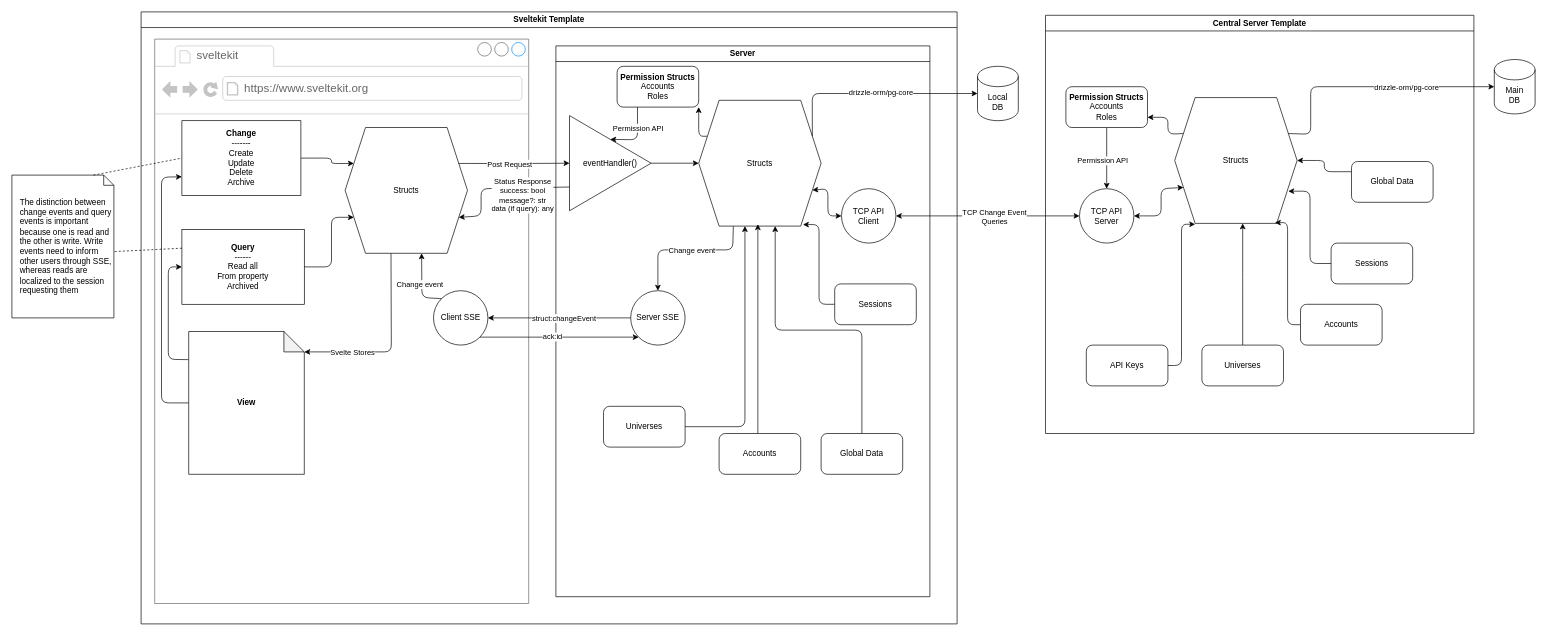
Above: diagrams/dataflow.drawio in TeamTators/scouting-app (draw.io), before the change. Source tidied: cells renumbered, new cells numbered last; positions are measured from the earlier drawing's top-left corner, leaving out a move shared by most shapes. Both pictures are drawn from the tidied source at 68%, with x=0, y=0 at pixel (12, 12).
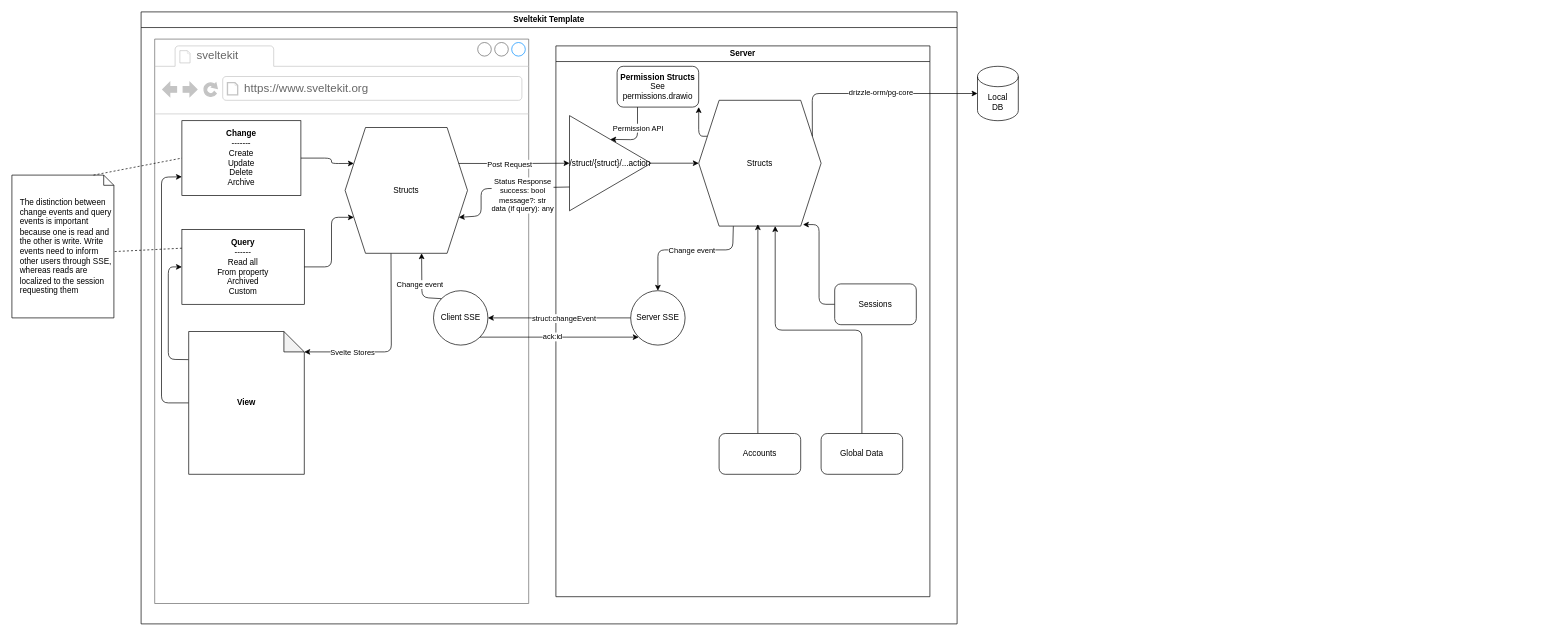
The same diagram, later.

The change refers to these unchanged cells:
```xml
<mxCell id="3" style="strokeWidth=1;shadow=0;dashed=0;align=center;html=1;shape=mxgraph.mockup.containers.browserWindow;rSize=0;strokeColor=#666666;strokeColor2=#008cff;strokeColor3=#c4c4c4;mainText=,;" parent="2" vertex="1">
  <mxGeometry x="20" y="40" width="550" height="830" as="geometry" />
</mxCell>
<mxCell id="19" value="Server" style="swimlane;whiteSpace=wrap;html=1;" parent="2" vertex="1">
  <mxGeometry x="610" y="50" width="550" height="810" as="geometry" />
</mxCell>
<mxCell id="23" value="Structs" style="shape=hexagon;perimeter=hexagonPerimeter2;whiteSpace=wrap;html=1;fixedSize=1;size=30;" parent="19" vertex="1">
  <mxGeometry x="210" y="80" width="180" height="185" as="geometry" />
</mxCell>
```

The edit, as a diff of the source:
```diff
@@
-    <mxCell id="7" value="&lt;b&gt;Query&lt;/b&gt;&lt;br&gt;------&lt;br&gt;Read all&lt;br&gt;From property&lt;br&gt;Archived" style="rounded=0;whiteSpace=wrap;html=1;" parent="3" vertex="1">
+    <mxCell id="7" value="&lt;b&gt;Query&lt;/b&gt;&lt;br&gt;------&lt;br&gt;Read all&lt;br&gt;From property&lt;br&gt;Archived&lt;div&gt;Custom&lt;/div&gt;" style="rounded=0;whiteSpace=wrap;html=1;" parent="3" vertex="1">
       <mxGeometry x="40" y="280" width="180" height="110" as="geometry" />
     </mxCell>
@@
-    <mxCell id="26" value="eventHandler()" style="triangle;whiteSpace=wrap;html=1;" parent="19" vertex="1">
+    <mxCell id="26" value="/struct/{struct}/...action" style="triangle;whiteSpace=wrap;html=1;" parent="19" vertex="1">
       <mxGeometry x="20" y="102.5" width="120" height="140" as="geometry" />
     </mxCell>
-    <mxCell id="27" value="&lt;b&gt;Permission Structs&lt;/b&gt;&lt;br&gt;Accounts&lt;br&gt;Roles" style="rounded=1;whiteSpace=wrap;html=1;" parent="19" vertex="1">
+    <mxCell id="27" value="&lt;b&gt;Permission Structs&lt;/b&gt;&lt;br&gt;See permissions.drawio" style="rounded=1;whiteSpace=wrap;html=1;" parent="19" vertex="1">
       <mxGeometry x="90" y="30" width="120" height="60" as="geometry" />
     </mxCell>
@@
-    <mxCell id="30" value="TCP API Client" style="ellipse;whiteSpace=wrap;html=1;" parent="19" vertex="1">
-      <mxGeometry x="420" y="210" width="80" height="80" as="geometry" />
-    </mxCell>
-    <mxCell id="31" style="endArrow=classic;startArrow=classic;html=1;entryX=0;entryY=0.5;entryDx=0;entryDy=0;exitX=1;exitY=0.75;exitDx=0;exitDy=0;" parent="19" edge="1" source="23" target="30">
-      <mxGeometry relative="1" as="geometry">
-        <Array as="points">
-          <mxPoint x="400" y="210" />
-          <mxPoint x="400" y="250" />
-        </Array>
-      </mxGeometry>
-    </mxCell>
@@
-    <mxCell id="36" style="edgeStyle=elbowEdgeStyle;html=1;entryX=0.375;entryY=1;entryDx=0;entryDy=0;" parent="19" edge="1" source="37" target="23">
-      <mxGeometry relative="1" as="geometry">
-        <Array as="points">
-          <mxPoint x="278" y="410" />
-        </Array>
-      </mxGeometry>
-    </mxCell>
-    <mxCell id="37" value="Universes" style="rounded=1;whiteSpace=wrap;html=1;" parent="19" vertex="1">
-      <mxGeometry x="70" y="530" width="120" height="60" as="geometry" />
-    </mxCell>
@@
-    <mxCell id="48" value="Central Server Template" style="swimlane;whiteSpace=wrap;html=1;" parent="1" vertex="1">
-      <mxGeometry x="1520" y="5" width="630" height="615" as="geometry" />
-    </mxCell>
-    <mxCell id="49" style="edgeStyle=none;html=1;exitX=0;exitY=0.25;exitDx=0;exitDy=0;entryX=1;entryY=0.75;entryDx=0;entryDy=0;" parent="48" edge="1" source="50" target="65">
-      <mxGeometry relative="1" as="geometry">
-        <Array as="points">
-          <mxPoint x="180" y="175" />
-          <mxPoint x="180" y="150" />
-        </Array>
-      </mxGeometry>
-    </mxCell>
-    <mxCell id="50" value="Structs" style="shape=hexagon;perimeter=hexagonPerimeter2;whiteSpace=wrap;html=1;fixedSize=1;size=30;" parent="48" vertex="1">
-      <mxGeometry x="190" y="121" width="180" height="185" as="geometry" />
-    </mxCell>
-    <mxCell id="51" style="edgeStyle=elbowEdgeStyle;html=1;entryX=0.928;entryY=0.744;entryDx=0;entryDy=0;entryPerimeter=0;" parent="48" edge="1" source="52" target="50">
-      <mxGeometry relative="1" as="geometry" />
-    </mxCell>
-    <mxCell id="52" value="Sessions" style="rounded=1;whiteSpace=wrap;html=1;" parent="48" vertex="1">
-      <mxGeometry x="420" y="335" width="120" height="60" as="geometry" />
-    </mxCell>
-    <mxCell id="53" style="edgeStyle=elbowEdgeStyle;html=1;entryX=0.819;entryY=0.994;entryDx=0;entryDy=0;entryPerimeter=0;" parent="48" edge="1" source="54" target="50">
-      <mxGeometry relative="1" as="geometry" />
-    </mxCell>
-    <mxCell id="54" value="Accounts" style="rounded=1;whiteSpace=wrap;html=1;" parent="48" vertex="1">
-      <mxGeometry x="375" y="425" width="120" height="60" as="geometry" />
-    </mxCell>
-    <mxCell id="55" style="edgeStyle=elbowEdgeStyle;html=1;" parent="48" edge="1" source="56" target="50">
-      <mxGeometry relative="1" as="geometry" />
-    </mxCell>
-    <mxCell id="56" value="Universes" style="rounded=1;whiteSpace=wrap;html=1;" parent="48" vertex="1">
-      <mxGeometry x="230" y="485" width="120" height="60" as="geometry" />
-    </mxCell>
-    <mxCell id="57" style="edgeStyle=elbowEdgeStyle;html=1;exitX=0;exitY=0.25;exitDx=0;exitDy=0;entryX=1;entryY=0.5;entryDx=0;entryDy=0;" parent="48" edge="1" source="58" target="50">
-      <mxGeometry relative="1" as="geometry" />
-    </mxCell>
-    <mxCell id="58" value="Global Data" style="rounded=1;whiteSpace=wrap;html=1;" parent="48" vertex="1">
-      <mxGeometry x="450" y="215" width="120" height="60" as="geometry" />
-    </mxCell>
-    <mxCell id="59" value="TCP API Server" style="ellipse;whiteSpace=wrap;html=1;" parent="48" vertex="1">
-      <mxGeometry x="50" y="255" width="80" height="80" as="geometry" />
-    </mxCell>
-    <mxCell id="60" style="edgeStyle=elbowEdgeStyle;html=1;entryX=0.167;entryY=1.007;entryDx=0;entryDy=0;entryPerimeter=0;" parent="48" edge="1" source="61" target="50">
-      <mxGeometry relative="1" as="geometry" />
-    </mxCell>
-    <mxCell id="61" value="API Keys" style="rounded=1;whiteSpace=wrap;html=1;" parent="48" vertex="1">
-      <mxGeometry x="60" y="485" width="120" height="60" as="geometry" />
-    </mxCell>
-    <mxCell id="62" style="endArrow=classic;startArrow=classic;html=1;entryX=0;entryY=0.75;entryDx=0;entryDy=0;exitX=1;exitY=0.5;exitDx=0;exitDy=0;" parent="48" edge="1" source="59" target="50">
-      <mxGeometry relative="1" as="geometry">
-        <Array as="points">
-          <mxPoint x="170" y="295" />
-          <mxPoint x="170" y="255" />
-        </Array>
-      </mxGeometry>
-    </mxCell>
-    <mxCell id="63" style="edgeStyle=none;html=1;exitX=0.5;exitY=1;exitDx=0;exitDy=0;entryX=0.5;entryY=0;entryDx=0;entryDy=0;" parent="48" edge="1" source="65" target="59">
-      <mxGeometry relative="1" as="geometry" />
-    </mxCell>
-    <mxCell id="64" value="Permission API" style="edgeLabel;html=1;align=center;verticalAlign=middle;" parent="63" vertex="1">
-      <mxGeometry x="0.43" relative="1" as="geometry">
-        <mxPoint x="-7" y="-16" as="offset" />
-      </mxGeometry>
-    </mxCell>
-    <mxCell id="65" value="&lt;b&gt;Permission Structs&lt;/b&gt;&lt;br&gt;Accounts&lt;br&gt;Roles" style="rounded=1;whiteSpace=wrap;html=1;" parent="48" vertex="1">
-      <mxGeometry x="30" y="105" width="120" height="60" as="geometry" />
-    </mxCell>
-    <mxCell id="66" value="Main&lt;br&gt;DB" style="shape=cylinder3;whiteSpace=wrap;html=1;boundedLbl=1;backgroundOutline=1;size=15;" parent="1" vertex="1">
-      <mxGeometry x="2180" y="70" width="60" height="80" as="geometry" />
-    </mxCell>
-    <mxCell id="67" style="edgeStyle=none;html=1;exitX=1;exitY=0.25;exitDx=0;exitDy=0;entryX=0;entryY=0.5;entryDx=0;entryDy=0;entryPerimeter=0;" parent="1" edge="1" source="50" target="66">
-      <mxGeometry relative="1" as="geometry">
-        <Array as="points">
-          <mxPoint x="1910" y="180" />
-          <mxPoint x="1910" y="110" />
-        </Array>
-      </mxGeometry>
-    </mxCell>
-    <mxCell id="68" value="drizzle-orm/pg-core" style="edgeLabel;html=1;align=center;verticalAlign=middle;" parent="67" vertex="1">
-      <mxGeometry x="-0.12" y="-1" relative="1" as="geometry">
-        <mxPoint x="79" y="-1" as="offset" />
-      </mxGeometry>
-    </mxCell>
-    <mxCell id="69" style="endArrow=classic;startArrow=classic;html=1;exitX=1;exitY=0.5;exitDx=0;exitDy=0;entryX=0;entryY=0.5;entryDx=0;entryDy=0;" parent="1" edge="1" source="30" target="59">
-      <mxGeometry relative="1" as="geometry" />
-    </mxCell>
-    <mxCell id="70" value="TCP Change Event&lt;br&gt;Queries" style="edgeLabel;html=1;align=center;verticalAlign=middle;" parent="69" vertex="1">
-      <mxGeometry x="0.07" y="-1" relative="1" as="geometry" />
-    </mxCell>
```
